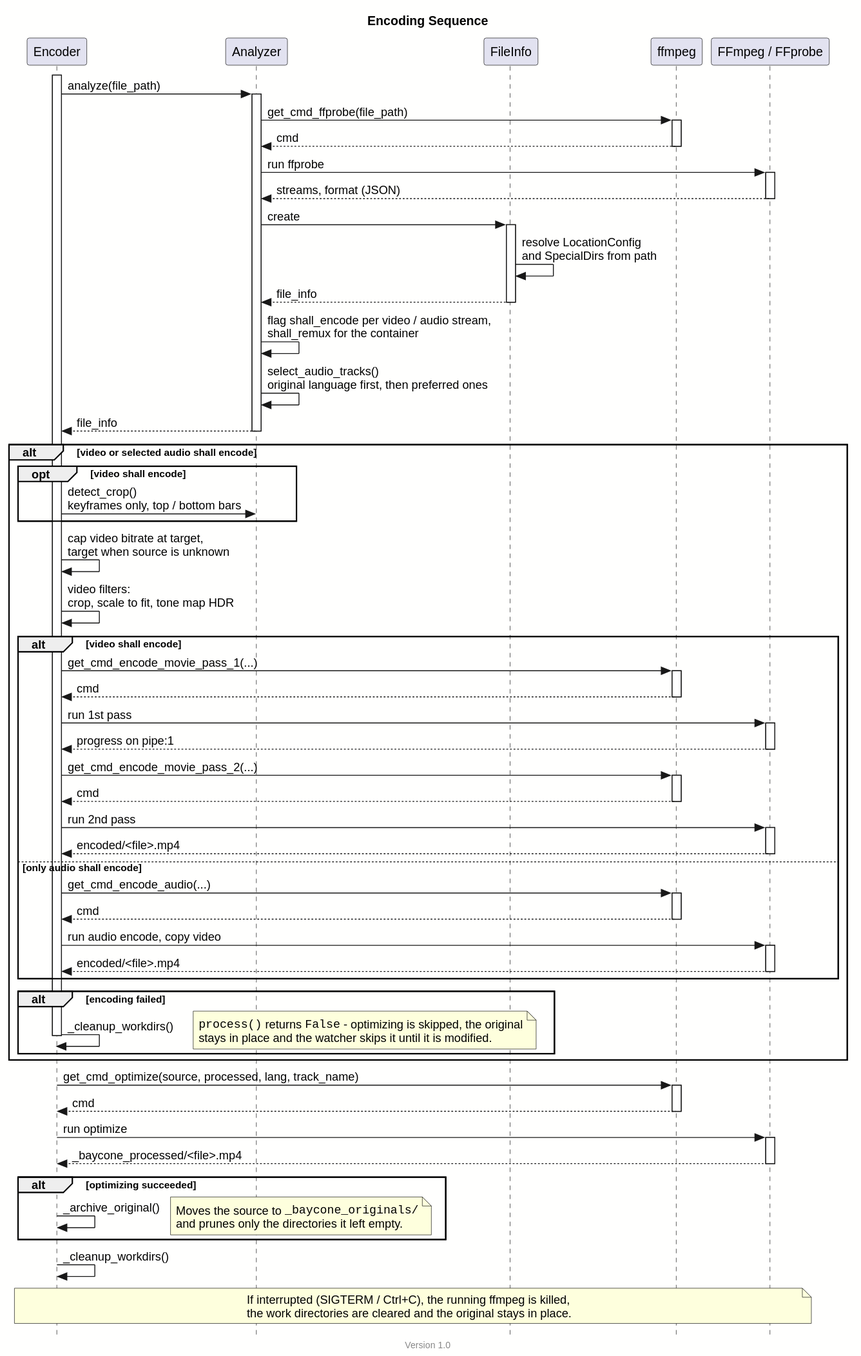
Before: docs/encoding_sequence.svg, a diagram exported from PlantUML (theobaldik/baycone). Its source is kept beside it as docs/encoding_sequence.puml. Its diagram source:
```plantuml
@startuml encoding_sequence

title Encoding Sequence
footer \nVersion 1.0

skinparam style strictuml
skinparam backgroundColor #FFFFFE

participant "Encoder" as encoder
participant "Analyzer" as analyzer
participant "FileInfo" as file_info
participant "ffmpeg" as cmd
participant "FFmpeg / FFprobe" as proc

activate encoder

encoder -> analyzer : analyze(file_path)
activate analyzer

analyzer -> cmd : get_cmd_ffprobe(file_path)
activate cmd
cmd --> analyzer : cmd
deactivate cmd

analyzer -> proc : run ffprobe
activate proc
proc --> analyzer : streams, format (JSON)
deactivate proc

analyzer -> file_info : create
activate file_info
file_info -> file_info : resolve LocationConfig\nand SpecialDirs from path
file_info --> analyzer : file_info
deactivate file_info

analyzer -> analyzer : flag shall_encode per video / audio stream,\nshall_remux for the container
analyzer -> analyzer : select_audio_tracks()\noriginal language first, then preferred ones
analyzer --> encoder : file_info
deactivate analyzer

alt video or selected audio shall encode
    opt video shall encode
        encoder -> analyzer : detect_crop()\nkeyframes only, top / bottom bars
    end
    encoder -> encoder : cap video bitrate at target,\ntarget when source is unknown
    encoder -> encoder : video filters:\ncrop, scale to fit, tone map HDR

    alt video shall encode
        encoder -> cmd : get_cmd_encode_movie_pass_1(...)
        activate cmd
        cmd --> encoder : cmd
        deactivate cmd
        encoder -> proc : run 1st pass
        activate proc
        proc --> encoder : progress on pipe:1
        deactivate proc

        encoder -> cmd : get_cmd_encode_movie_pass_2(...)
        activate cmd
        cmd --> encoder : cmd
        deactivate cmd
        encoder -> proc : run 2nd pass
        activate proc
        proc --> encoder : encoded/<file>.mp4
        deactivate proc
    else only audio shall encode
        encoder -> cmd : get_cmd_encode_audio(...)
        activate cmd
        cmd --> encoder : cmd
        deactivate cmd
        encoder -> proc : run audio encode, copy video
        activate proc
        proc --> encoder : encoded/<file>.mp4
        deactivate proc
    end

    alt encoding failed
        encoder -> encoder : _cleanup_workdirs()
        note right
            ""process()"" returns ""False"" - optimizing is skipped, the original
            stays in place and the watcher skips it until it is modified.
        end note
        deactivate encoder
    end
end

encoder -> cmd : get_cmd_optimize(source, processed, lang, track_name)
activate cmd
cmd --> encoder : cmd
deactivate cmd

encoder -> proc : run optimize
activate proc
proc --> encoder : _baycone_processed/<file>.mp4
deactivate proc

alt optimizing succeeded
    encoder -> encoder : _archive_original()
    note right
        Moves the source to ""_baycone_originals/""
        and prunes only the directories it left empty.
    end note
end

encoder -> encoder : _cleanup_workdirs()

note over encoder, proc
    If interrupted (SIGTERM / Ctrl+C), the running ffmpeg is killed,
    the work directories are cleared and the original stays in place.
end note

@enduml
```
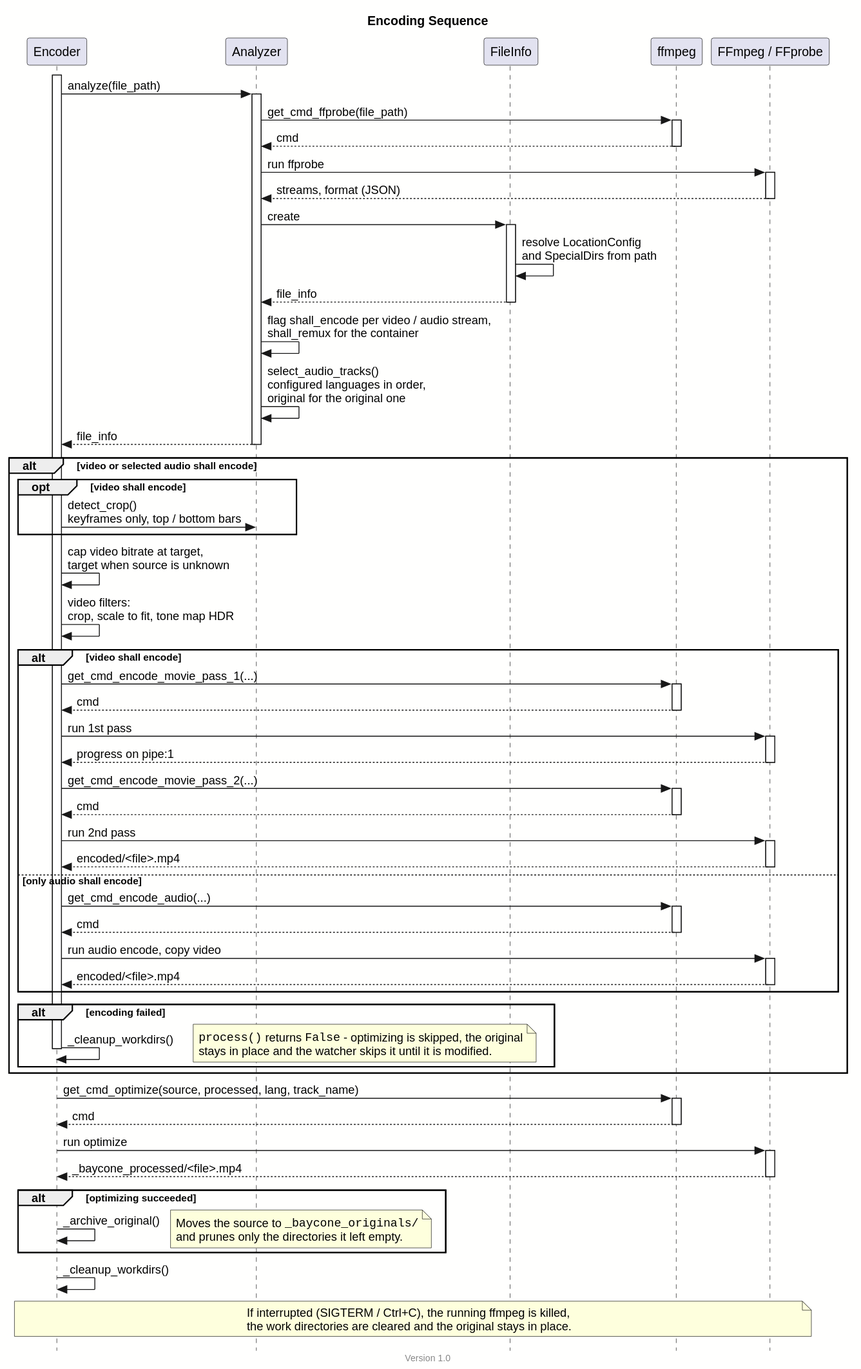
Above is the later version.

Commit message:
feat: configure the position and presence of the original track

Diff of the diagram source:
```diff
@@ -34,7 +34,7 @@
 deactivate file_info
 
 analyzer -> analyzer : flag shall_encode per video / audio stream,\nshall_remux for the container
-analyzer -> analyzer : select_audio_tracks()\noriginal language first, then preferred ones
+analyzer -> analyzer : select_audio_tracks()\nconfigured languages in order,\noriginal for the original one
 analyzer --> encoder : file_info
 deactivate analyzer
 
```
